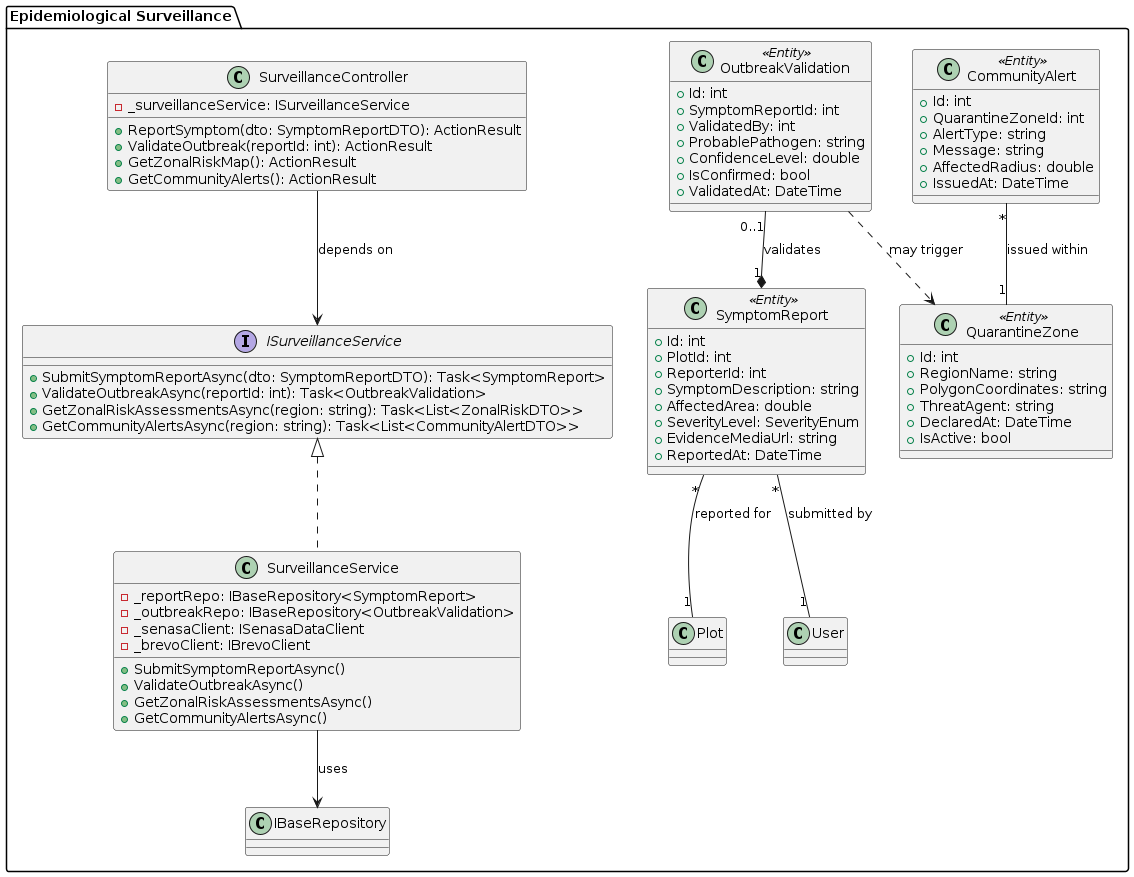
The PlantUML diagram report/assets/class-diagrams/epidemiological-surveillance-component-diagram.png in upc-pre-1asi0729-11848-arcadiadevs/viora-report, before a commit.
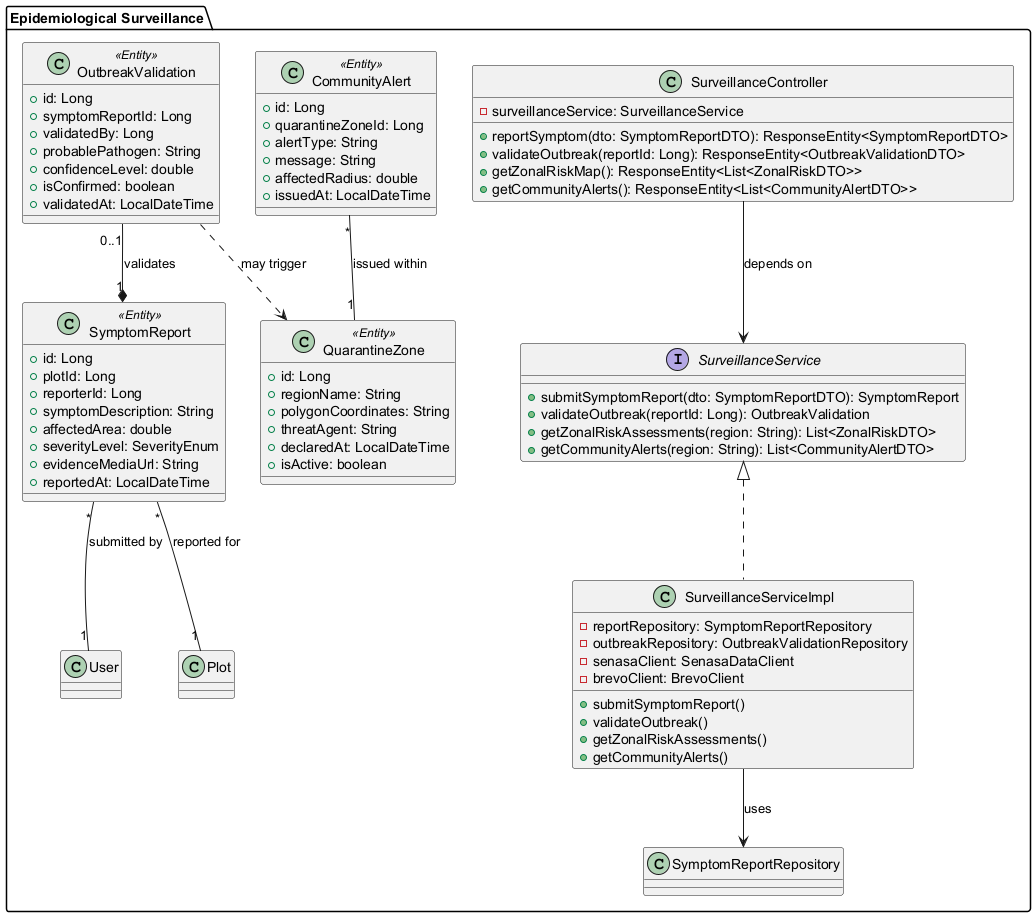
After the commit.

The edit, as a diff of the source:
```diff
@@ -1,73 +1,73 @@
 @startuml
 package "Epidemiological Surveillance" {
     class SurveillanceController {
-        - _surveillanceService: ISurveillanceService
-        + ReportSymptom(dto: SymptomReportDTO): ActionResult
-        + ValidateOutbreak(reportId: int): ActionResult
-        + GetZonalRiskMap(): ActionResult
-        + GetCommunityAlerts(): ActionResult
+        - surveillanceService: SurveillanceService
+        + reportSymptom(dto: SymptomReportDTO): ResponseEntity<SymptomReportDTO>
+        + validateOutbreak(reportId: Long): ResponseEntity<OutbreakValidationDTO>
+        + getZonalRiskMap(): ResponseEntity<List<ZonalRiskDTO>>
+        + getCommunityAlerts(): ResponseEntity<List<CommunityAlertDTO>>
     }
 
-    interface ISurveillanceService {
-        + SubmitSymptomReportAsync(dto: SymptomReportDTO): Task<SymptomReport>
-        + ValidateOutbreakAsync(reportId: int): Task<OutbreakValidation>
-        + GetZonalRiskAssessmentsAsync(region: string): Task<List<ZonalRiskDTO>>
-        + GetCommunityAlertsAsync(region: string): Task<List<CommunityAlertDTO>>
+    interface SurveillanceService {
+        + submitSymptomReport(dto: SymptomReportDTO): SymptomReport
+        + validateOutbreak(reportId: Long): OutbreakValidation
+        + getZonalRiskAssessments(region: String): List<ZonalRiskDTO>
+        + getCommunityAlerts(region: String): List<CommunityAlertDTO>
     }
 
-    class SurveillanceService {
-        - _reportRepo: IBaseRepository<SymptomReport>
-        - _outbreakRepo: IBaseRepository<OutbreakValidation>
-        - _senasaClient: ISenasaDataClient
-        - _brevoClient: IBrevoClient
-        + SubmitSymptomReportAsync()
-        + ValidateOutbreakAsync()
-        + GetZonalRiskAssessmentsAsync()
-        + GetCommunityAlertsAsync()
+    class SurveillanceServiceImpl {
+        - reportRepository: SymptomReportRepository
+        - outbreakRepository: OutbreakValidationRepository
+        - senasaClient: SenasaDataClient
+        - brevoClient: BrevoClient
+        + submitSymptomReport()
+        + validateOutbreak()
+        + getZonalRiskAssessments()
+        + getCommunityAlerts()
     }
 
     class SymptomReport <<Entity>> {
-        + Id: int
-        + PlotId: int
-        + ReporterId: int
-        + SymptomDescription: string
-        + AffectedArea: double
-        + SeverityLevel: SeverityEnum
-        + EvidenceMediaUrl: string
-        + ReportedAt: DateTime
+        + id: Long
+        + plotId: Long
+        + reporterId: Long
+        + symptomDescription: String
+        + affectedArea: double
+        + severityLevel: SeverityEnum
+        + evidenceMediaUrl: String
+        + reportedAt: LocalDateTime
     }
 
     class OutbreakValidation <<Entity>> {
-        + Id: int
-        + SymptomReportId: int
-        + ValidatedBy: int
-        + ProbablePathogen: string
-        + ConfidenceLevel: double
-        + IsConfirmed: bool
-        + ValidatedAt: DateTime
+        + id: Long
+        + symptomReportId: Long
+        + validatedBy: Long
+        + probablePathogen: String
+        + confidenceLevel: double
+        + isConfirmed: boolean
+        + validatedAt: LocalDateTime
     }
 
     class QuarantineZone <<Entity>> {
-        + Id: int
-        + RegionName: string
-        + PolygonCoordinates: string
-        + ThreatAgent: string
-        + DeclaredAt: DateTime
-        + IsActive: bool
+        + id: Long
+        + regionName: String
+        + polygonCoordinates: String
+        + threatAgent: String
+        + declaredAt: LocalDateTime
+        + isActive: boolean
     }
 
     class CommunityAlert <<Entity>> {
-        + Id: int
-        + QuarantineZoneId: int
-        + AlertType: string
-        + Message: string
-        + AffectedRadius: double
-        + IssuedAt: DateTime
+        + id: Long
+        + quarantineZoneId: Long
+        + alertType: String
+        + message: String
+        + affectedRadius: double
+        + issuedAt: LocalDateTime
     }
 
-    ISurveillanceService <|.. SurveillanceService
-    SurveillanceService --> IBaseRepository : uses
-    SurveillanceController --> ISurveillanceService : depends on
+    SurveillanceService <|.. SurveillanceServiceImpl
+    SurveillanceServiceImpl --> SymptomReportRepository : uses
+    SurveillanceController --> SurveillanceService : depends on
     SymptomReport "*" -- "1" Plot : reported for
     SymptomReport "*" -- "1" User : submitted by
     OutbreakValidation "0..1" --* "1" SymptomReport : validates
```
